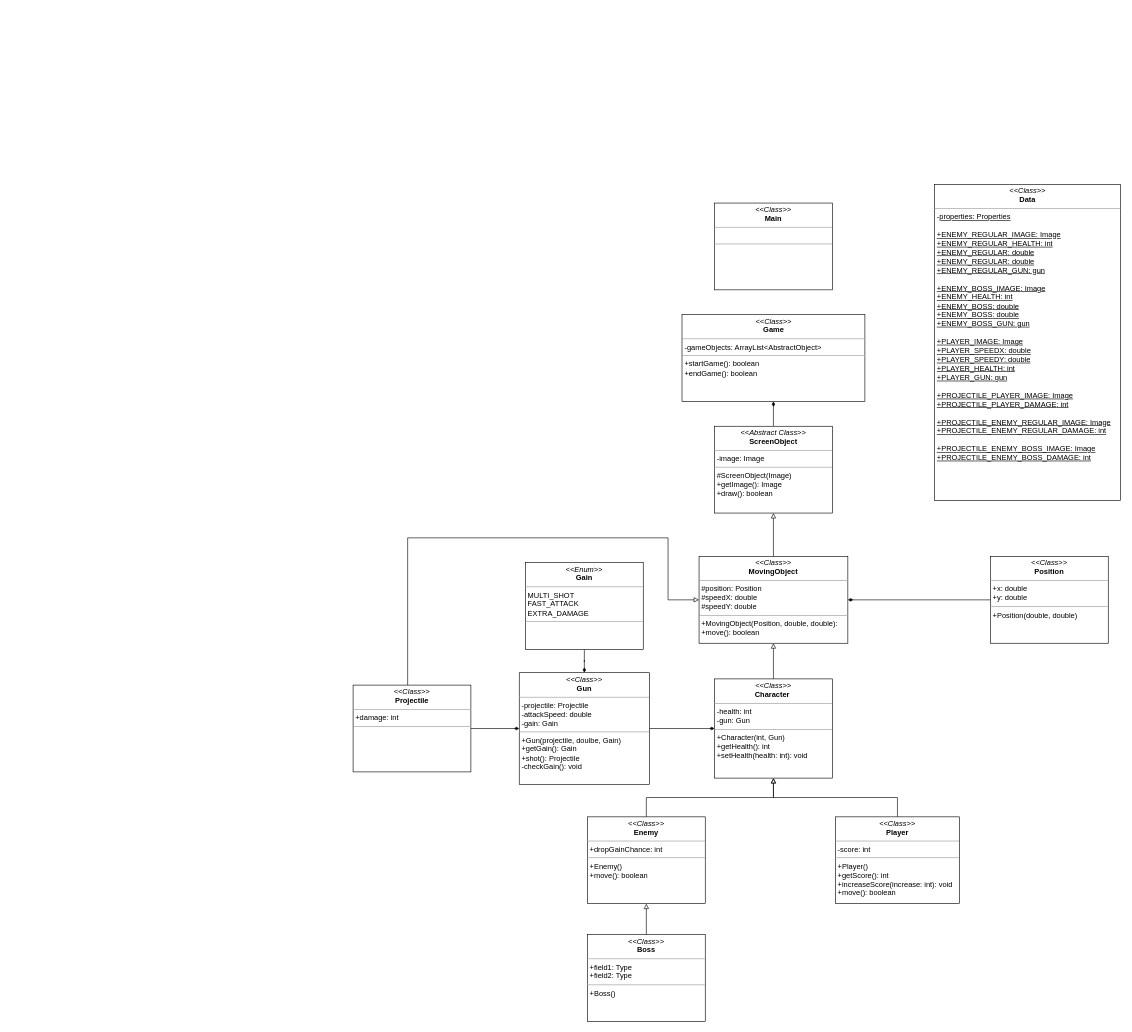
The draw.io diagram Untitled Diagram.drawio in mifeus42/UML, before the edit. Source tidied: cells renumbered, new cells numbered last; positions are measured from the earlier drawing's top-left corner, leaving out a move shared by most shapes. Both pictures are drawn from the tidied source at 62%, with x=0, y=0 at pixel (353, 184).
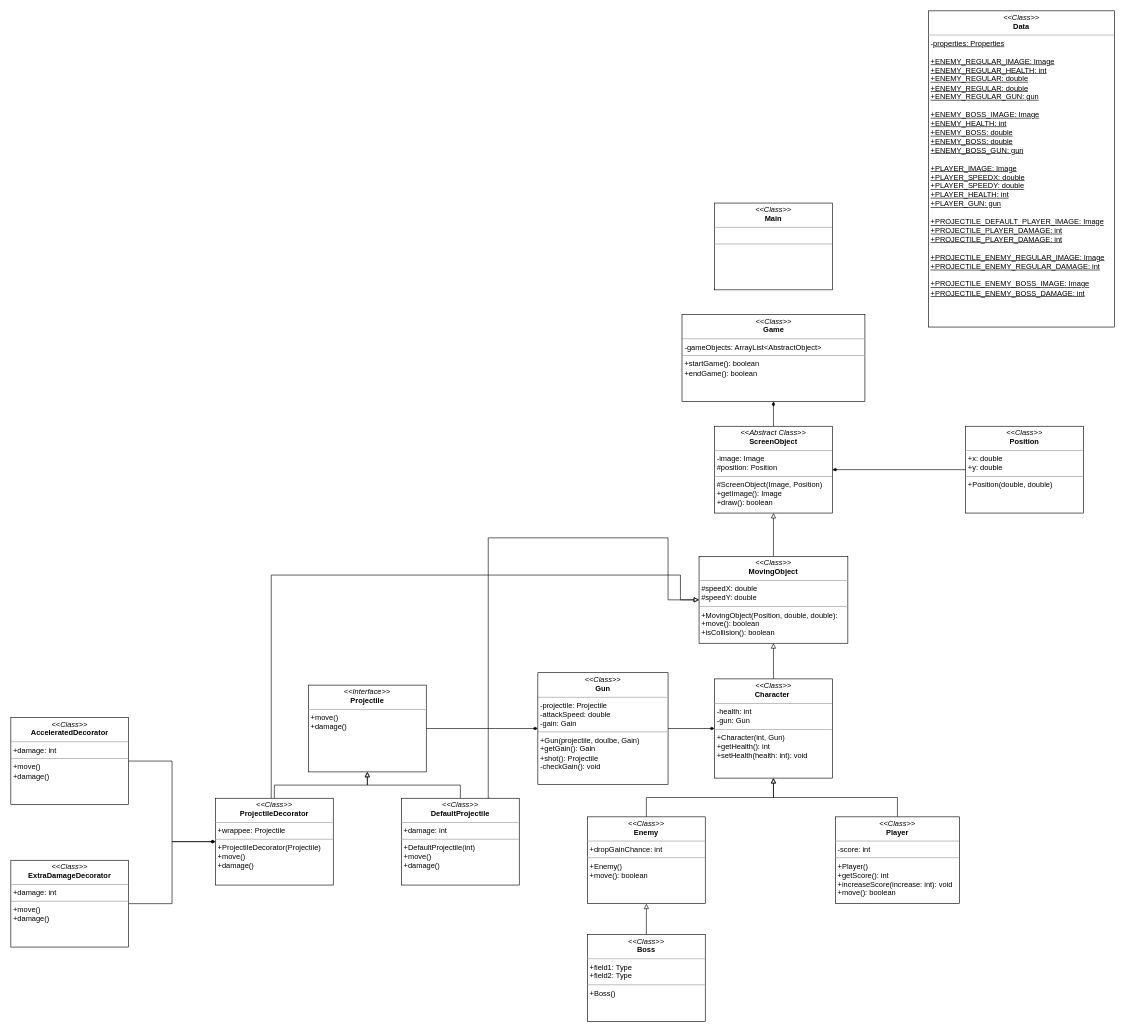
Above is the later version.

The edit, as a diff of the source:
```diff
@@
     <mxCell id="5" value="&lt;p style=&quot;margin: 0px ; margin-top: 4px ; text-align: center&quot;&gt;&lt;i&gt;&amp;lt;&amp;lt;Class&amp;gt;&amp;gt;&lt;/i&gt;&lt;br&gt;&lt;b&gt;Gun&lt;/b&gt;&lt;/p&gt;&lt;hr size=&quot;1&quot;&gt;&lt;p style=&quot;margin: 0px ; margin-left: 4px&quot;&gt;-projectile: Projectile&lt;br&gt;-attackSpeed: double&lt;br&gt;&lt;/p&gt;&lt;p style=&quot;margin: 0px ; margin-left: 4px&quot;&gt;-gain: Gain&lt;/p&gt;&lt;hr size=&quot;1&quot;&gt;&lt;p style=&quot;margin: 0px ; margin-left: 4px&quot;&gt;+Gun(projectile, doulbe, Gain)&lt;/p&gt;&lt;p style=&quot;margin: 0px ; margin-left: 4px&quot;&gt;+getGain(): Gain&lt;/p&gt;&lt;p style=&quot;margin: 0px ; margin-left: 4px&quot;&gt;+shot(): Projectile&lt;br&gt;&lt;/p&gt;&lt;p style=&quot;margin: 0px ; margin-left: 4px&quot;&gt;-checkGain(): void&lt;/p&gt;" style="verticalAlign=top;align=left;overflow=fill;fontSize=12;fontFamily=Helvetica;html=1;" parent="1" vertex="1">
-      <mxGeometry x="268" y="787.5" width="210" height="180" as="geometry" />
+      <mxGeometry x="298" y="787.5" width="210" height="180" as="geometry" />
     </mxCell>
@@
-    <mxCell id="11" value="&lt;p style=&quot;margin: 0px ; margin-top: 4px ; text-align: center&quot;&gt;&lt;i&gt;&amp;lt;&amp;lt;Abstract Class&amp;gt;&amp;gt;&lt;/i&gt;&lt;br&gt;&lt;b&gt;ScreenObject&lt;/b&gt;&lt;/p&gt;&lt;hr size=&quot;1&quot;&gt;&lt;p style=&quot;margin: 0px ; margin-left: 4px&quot;&gt;-image: Image&lt;/p&gt;&lt;hr size=&quot;1&quot;&gt;&lt;p style=&quot;margin: 0px ; margin-left: 4px&quot;&gt;#ScreenObject(Image)&lt;/p&gt;&lt;p style=&quot;margin: 0px ; margin-left: 4px&quot;&gt;+getImage(): Image&lt;/p&gt;&lt;p style=&quot;margin: 0px ; margin-left: 4px&quot;&gt;+draw(): boolean&lt;/p&gt;" style="verticalAlign=top;align=left;overflow=fill;fontSize=12;fontFamily=Helvetica;html=1;" parent="1" vertex="1">
+    <mxCell id="11" value="&lt;p style=&quot;margin: 0px ; margin-top: 4px ; text-align: center&quot;&gt;&lt;i&gt;&amp;lt;&amp;lt;Abstract Class&amp;gt;&amp;gt;&lt;/i&gt;&lt;br&gt;&lt;b&gt;ScreenObject&lt;/b&gt;&lt;/p&gt;&lt;hr size=&quot;1&quot;&gt;&lt;p style=&quot;margin: 0px ; margin-left: 4px&quot;&gt;-image: Image&lt;br&gt;#position: Position&lt;br&gt;&lt;/p&gt;&lt;hr size=&quot;1&quot;&gt;&lt;p style=&quot;margin: 0px ; margin-left: 4px&quot;&gt;#ScreenObject(Image, Position)&lt;/p&gt;&lt;p style=&quot;margin: 0px ; margin-left: 4px&quot;&gt;+getImage(): Image&lt;/p&gt;&lt;p style=&quot;margin: 0px ; margin-left: 4px&quot;&gt;+draw(): boolean&lt;/p&gt;" style="verticalAlign=top;align=left;overflow=fill;fontSize=12;fontFamily=Helvetica;html=1;" parent="1" vertex="1">
       <mxGeometry x="583" y="390" width="190" height="140" as="geometry" />
     </mxCell>
@@
-    <mxCell id="13" value="&lt;p style=&quot;margin: 0px ; margin-top: 4px ; text-align: center&quot;&gt;&lt;i&gt;&amp;lt;&amp;lt;Class&amp;gt;&amp;gt;&lt;/i&gt;&lt;br&gt;&lt;b&gt;MovingObject&lt;/b&gt;&lt;/p&gt;&lt;hr size=&quot;1&quot;&gt;&lt;p style=&quot;margin: 0px ; margin-left: 4px&quot;&gt;#position: Position&lt;br&gt;&lt;/p&gt;&lt;p style=&quot;margin: 0px ; margin-left: 4px&quot;&gt;#speedX: double&lt;/p&gt;&lt;p style=&quot;margin: 0px ; margin-left: 4px&quot;&gt;#speedY: double&lt;/p&gt;&lt;hr size=&quot;1&quot;&gt;&lt;p style=&quot;margin: 0px ; margin-left: 4px&quot;&gt;+MovingObject(Position, double, double):&lt;/p&gt;&lt;p style=&quot;margin: 0px ; margin-left: 4px&quot;&gt;+move(): boolean&lt;br&gt;&lt;/p&gt;" style="verticalAlign=top;align=left;overflow=fill;fontSize=12;fontFamily=Helvetica;html=1;" parent="1" vertex="1">
+    <mxCell id="13" value="&lt;p style=&quot;margin: 0px ; margin-top: 4px ; text-align: center&quot;&gt;&lt;i&gt;&amp;lt;&amp;lt;Class&amp;gt;&amp;gt;&lt;/i&gt;&lt;br&gt;&lt;b&gt;MovingObject&lt;/b&gt;&lt;/p&gt;&lt;hr size=&quot;1&quot;&gt;&lt;p style=&quot;margin: 0px ; margin-left: 4px&quot;&gt;&lt;span&gt;#speedX: double&lt;/span&gt;&lt;br&gt;&lt;/p&gt;&lt;p style=&quot;margin: 0px ; margin-left: 4px&quot;&gt;#speedY: double&lt;/p&gt;&lt;hr size=&quot;1&quot;&gt;&lt;p style=&quot;margin: 0px ; margin-left: 4px&quot;&gt;+MovingObject(Position, double, double):&lt;/p&gt;&lt;p style=&quot;margin: 0px ; margin-left: 4px&quot;&gt;+move(): boolean&lt;br&gt;&lt;/p&gt;&lt;p style=&quot;margin: 0px ; margin-left: 4px&quot;&gt;+isCollision(): boolean&lt;/p&gt;" style="verticalAlign=top;align=left;overflow=fill;fontSize=12;fontFamily=Helvetica;html=1;" parent="1" vertex="1">
       <mxGeometry x="558" y="600" width="240" height="140" as="geometry" />
     </mxCell>
-    <mxCell id="14" style="edgeStyle=orthogonalEdgeStyle;rounded=0;jettySize=auto;html=1;startArrow=none;startFill=0;endArrow=diamondThin;endFill=1;" parent="1" edge="1" source="15" target="13">
+    <mxCell id="14" style="edgeStyle=orthogonalEdgeStyle;rounded=0;jettySize=auto;html=1;startArrow=none;startFill=0;endArrow=diamondThin;endFill=1;entryX=1;entryY=0.5;entryDx=0;entryDy=0;" parent="1" edge="1" source="15" target="11">
       <mxGeometry relative="1" as="geometry" />
     </mxCell>
     <mxCell id="15" value="&lt;p style=&quot;margin: 0px ; margin-top: 4px ; text-align: center&quot;&gt;&lt;i&gt;&amp;lt;&amp;lt;Class&amp;gt;&amp;gt;&lt;/i&gt;&lt;br&gt;&lt;b&gt;Position&lt;/b&gt;&lt;/p&gt;&lt;hr size=&quot;1&quot;&gt;&lt;p style=&quot;margin: 0px ; margin-left: 4px&quot;&gt;+x: double&lt;br&gt;+y: double&lt;br&gt;&lt;/p&gt;&lt;hr size=&quot;1&quot;&gt;&lt;p style=&quot;margin: 0px ; margin-left: 4px&quot;&gt;+Position(double, double)&lt;br&gt;&lt;/p&gt;" style="verticalAlign=top;align=left;overflow=fill;fontSize=12;fontFamily=Helvetica;html=1;" parent="1" vertex="1">
-      <mxGeometry x="1028" y="600" width="190" height="140" as="geometry" />
+      <mxGeometry x="988" y="390" width="190" height="140" as="geometry" />
     </mxCell>
@@
-    <mxCell id="17" style="edgeStyle=orthogonalEdgeStyle;rounded=0;jettySize=auto;html=1;entryX=0;entryY=0.5;entryDx=0;entryDy=0;startArrow=none;startFill=0;endArrow=block;endFill=0;" parent="1" edge="1" source="18" target="13">
+    <mxCell id="17" style="edgeStyle=orthogonalEdgeStyle;rounded=0;jettySize=auto;html=1;entryX=0;entryY=0.5;entryDx=0;entryDy=0;startArrow=none;startFill=0;endArrow=block;endFill=0;exitX=0.75;exitY=0;exitDx=0;exitDy=0;" parent="1" edge="1" source="30" target="13">
       <mxGeometry relative="1" as="geometry">
         <Array as="points">
-          <mxPoint x="88" y="570" />
+          <mxPoint x="218" y="990" />
+          <mxPoint x="218" y="570" />
           <mxPoint x="508" y="570" />
           <mxPoint x="508" y="670" />
         </Array>
       </mxGeometry>
     </mxCell>
-    <mxCell id="18" value="&lt;p style=&quot;margin: 0px ; margin-top: 4px ; text-align: center&quot;&gt;&lt;i&gt;&amp;lt;&amp;lt;Class&amp;gt;&amp;gt;&lt;/i&gt;&lt;br&gt;&lt;b&gt;Projectile&lt;/b&gt;&lt;/p&gt;&lt;hr size=&quot;1&quot;&gt;&lt;p style=&quot;margin: 0px ; margin-left: 4px&quot;&gt;+damage: int&lt;br&gt;&lt;/p&gt;&lt;hr size=&quot;1&quot;&gt;&lt;p style=&quot;margin: 0px ; margin-left: 4px&quot;&gt;&lt;br&gt;&lt;/p&gt;" style="verticalAlign=top;align=left;overflow=fill;fontSize=12;fontFamily=Helvetica;html=1;" parent="1" vertex="1">
-      <mxGeometry y="807.5" width="190" height="140" as="geometry" />
+    <mxCell id="18" value="&lt;p style=&quot;margin: 0px ; margin-top: 4px ; text-align: center&quot;&gt;&lt;i&gt;&amp;lt;&amp;lt;Interface&amp;gt;&amp;gt;&lt;/i&gt;&lt;br&gt;&lt;b&gt;Projectile&lt;/b&gt;&lt;/p&gt;&lt;hr size=&quot;1&quot;&gt;&lt;p style=&quot;margin: 0px ; margin-left: 4px&quot;&gt;&lt;/p&gt;&lt;p style=&quot;margin: 0px ; margin-left: 4px&quot;&gt;+move()&lt;/p&gt;&lt;p style=&quot;margin: 0px ; margin-left: 4px&quot;&gt;+damage()&lt;/p&gt;" style="verticalAlign=top;align=left;overflow=fill;fontSize=12;fontFamily=Helvetica;html=1;" parent="1" vertex="1">
+      <mxGeometry x="-72" y="807.5" width="190" height="140" as="geometry" />
     </mxCell>
@@
-    <mxCell id="23" style="edgeStyle=orthogonalEdgeStyle;rounded=0;jettySize=auto;html=1;startArrow=none;startFill=0;endArrow=diamondThin;endFill=1;" parent="1" edge="1" source="24" target="5">
-      <mxGeometry relative="1" as="geometry" />
-    </mxCell>
-    <mxCell id="24" value="&lt;p style=&quot;margin: 0px ; margin-top: 4px ; text-align: center&quot;&gt;&lt;i&gt;&amp;lt;&amp;lt;Enum&amp;gt;&amp;gt;&lt;/i&gt;&lt;br&gt;&lt;b&gt;Gain&lt;/b&gt;&lt;/p&gt;&lt;hr size=&quot;1&quot;&gt;&lt;p style=&quot;margin: 0px ; margin-left: 4px&quot;&gt;MULTI_SHOT&lt;br&gt;FAST_ATTACK&lt;br&gt;EXTRA_DAMAGE&lt;/p&gt;&lt;hr size=&quot;1&quot;&gt;&lt;p style=&quot;margin: 0px ; margin-left: 4px&quot;&gt;&lt;br&gt;&lt;/p&gt;" style="verticalAlign=top;align=left;overflow=fill;fontSize=12;fontFamily=Helvetica;html=1;" parent="1" vertex="1">
-      <mxGeometry x="278" y="610" width="190" height="140" as="geometry" />
-    </mxCell>
-    <mxCell id="25" value="&lt;p style=&quot;margin: 0px ; margin-top: 4px ; text-align: center&quot;&gt;&lt;i&gt;&amp;lt;&amp;lt;Class&amp;gt;&amp;gt;&lt;/i&gt;&lt;br&gt;&lt;b&gt;Data&lt;/b&gt;&lt;/p&gt;&lt;hr size=&quot;1&quot;&gt;&lt;p style=&quot;margin: 0px ; margin-left: 4px&quot;&gt;-&lt;u&gt;properties: Properties&lt;/u&gt;&lt;/p&gt;&lt;p style=&quot;margin: 0px ; margin-left: 4px&quot;&gt;&lt;u&gt;&lt;br&gt;&lt;/u&gt;&lt;/p&gt;&lt;p style=&quot;margin: 0px ; margin-left: 4px&quot;&gt;&lt;u&gt;+ENEMY_REGULAR_IMAGE: Image&lt;/u&gt;&lt;/p&gt;&lt;p style=&quot;margin: 0px ; margin-left: 4px&quot;&gt;&lt;u&gt;+&lt;/u&gt;&lt;u&gt;ENEMY_REGULAR&lt;/u&gt;&lt;u&gt;_HEALTH&lt;/u&gt;&lt;u&gt;: int&lt;/u&gt;&lt;u&gt;&lt;br&gt;&lt;/u&gt;&lt;/p&gt;&lt;p style=&quot;margin: 0px 0px 0px 4px&quot;&gt;&lt;u&gt;+&lt;/u&gt;&lt;u&gt;ENEMY_REGULAR&lt;/u&gt;&lt;u&gt;: double&lt;/u&gt;&lt;u&gt;&lt;br&gt;&lt;/u&gt;&lt;/p&gt;&lt;p style=&quot;margin: 0px 0px 0px 4px&quot;&gt;&lt;u&gt;+&lt;/u&gt;&lt;u&gt;ENEMY_REGULAR&lt;/u&gt;&lt;u&gt;: double&lt;/u&gt;&lt;/p&gt;&lt;p style=&quot;margin: 0px 0px 0px 4px&quot;&gt;&lt;u&gt;+ENEMY_&lt;/u&gt;&lt;u&gt;REGULAR&lt;/u&gt;&lt;u&gt;_GUN: gun&lt;/u&gt;&lt;/p&gt;&lt;p style=&quot;margin: 0px ; margin-left: 4px&quot;&gt;&lt;u&gt;&lt;br&gt;&lt;/u&gt;&lt;/p&gt;&lt;p style=&quot;margin: 0px ; margin-left: 4px&quot;&gt;&lt;u&gt;+ENEMY_BOSS_IMAGE&lt;/u&gt;&lt;u&gt;: Image&lt;/u&gt;&lt;/p&gt;&lt;p style=&quot;margin: 0px ; margin-left: 4px&quot;&gt;&lt;u&gt;+&lt;/u&gt;&lt;u&gt;ENEMY&lt;/u&gt;&lt;u&gt;_HEALTH&lt;/u&gt;&lt;u&gt;: int&lt;/u&gt;&lt;u&gt;&lt;br&gt;&lt;/u&gt;&lt;/p&gt;&lt;p style=&quot;margin: 0px 0px 0px 4px&quot;&gt;&lt;u&gt;+&lt;/u&gt;&lt;u&gt;ENEMY_BOSS&lt;/u&gt;&lt;u&gt;: double&lt;/u&gt;&lt;u&gt;&lt;br&gt;&lt;/u&gt;&lt;/p&gt;&lt;p style=&quot;margin: 0px 0px 0px 4px&quot;&gt;&lt;u&gt;+&lt;/u&gt;&lt;u&gt;ENEMY_BOSS&lt;/u&gt;&lt;u&gt;: double&lt;/u&gt;&lt;/p&gt;&lt;p style=&quot;margin: 0px 0px 0px 4px&quot;&gt;&lt;u&gt;+ENEMY_BOSS_GUN: gun&lt;/u&gt;&lt;/p&gt;&lt;p style=&quot;margin: 0px ; margin-left: 4px&quot;&gt;&lt;u&gt;&lt;br&gt;+PLAYER_IMAGE&lt;/u&gt;&lt;u&gt;: Image&lt;/u&gt;&lt;/p&gt;&lt;p style=&quot;margin: 0px ; margin-left: 4px&quot;&gt;&lt;u&gt;+PLAYER_SPEEDX&lt;/u&gt;&lt;u&gt;: double&lt;/u&gt;&lt;u&gt;&lt;br&gt;&lt;/u&gt;&lt;/p&gt;&lt;p style=&quot;margin: 0px ; margin-left: 4px&quot;&gt;&lt;u&gt;+PLAYER_SPEEDY&lt;/u&gt;&lt;u&gt;: double&lt;/u&gt;&lt;/p&gt;&lt;p style=&quot;margin: 0px ; margin-left: 4px&quot;&gt;&lt;u&gt;+PLAYER_HEALTH&lt;/u&gt;&lt;u&gt;: int&lt;/u&gt;&lt;u&gt;&lt;br&gt;&lt;/u&gt;&lt;/p&gt;&lt;p style=&quot;margin: 0px ; margin-left: 4px&quot;&gt;&lt;u&gt;+PLAYER_GUN: gun&lt;/u&gt;&lt;/p&gt;&lt;p style=&quot;margin: 0px ; margin-left: 4px&quot;&gt;&lt;br&gt;&lt;/p&gt;&lt;p style=&quot;margin: 0px ; margin-left: 4px&quot;&gt;&lt;u&gt;+PROJECTILE_PLAYER_IMAGE&lt;/u&gt;&lt;u&gt;: Image&lt;/u&gt;&lt;/p&gt;&lt;p style=&quot;margin: 0px ; margin-left: 4px&quot;&gt;&lt;u&gt;+PROJECTILE_PLAYER_DAMAGE&lt;/u&gt;&lt;u&gt;: int&lt;/u&gt;&lt;u&gt;&lt;br&gt;&lt;/u&gt;&lt;/p&gt;&lt;p style=&quot;margin: 0px ; margin-left: 4px&quot;&gt;&lt;u&gt;&lt;br&gt;&lt;/u&gt;&lt;/p&gt;&lt;p style=&quot;margin: 0px ; margin-left: 4px&quot;&gt;&lt;u&gt;+PROJECTILE_ENEMY_REGULAR_IMAGE&lt;/u&gt;&lt;u&gt;: Image&lt;/u&gt;&lt;/p&gt;&lt;p style=&quot;margin: 0px ; margin-left: 4px&quot;&gt;&lt;u&gt;+PROJECTILE_ENEMY_REGULAR_DAMAGE&lt;/u&gt;&lt;u&gt;: int&lt;/u&gt;&lt;/p&gt;&lt;p style=&quot;margin: 0px ; margin-left: 4px&quot;&gt;&lt;u&gt;&lt;br&gt;+PROJECTILE_ENEMY_BOSS_IMAGE&lt;/u&gt;&lt;u&gt;: Image&lt;/u&gt;&lt;/p&gt;&lt;p style=&quot;margin: 0px ; margin-left: 4px&quot;&gt;&lt;u&gt;+PROJECTILE_ENEMY_BOSS_DAMAGE&lt;/u&gt;&lt;u&gt;: int&lt;/u&gt;&lt;br&gt;&lt;/p&gt;&lt;br&gt;&lt;p style=&quot;margin: 0px ; margin-left: 4px&quot;&gt;&lt;br&gt;&lt;/p&gt;" style="verticalAlign=top;align=left;overflow=fill;fontSize=12;fontFamily=Helvetica;html=1;" parent="1" vertex="1">
-      <mxGeometry x="938" width="300" height="510" as="geometry" />
+    <mxCell id="25" value="&lt;p style=&quot;margin: 0px ; margin-top: 4px ; text-align: center&quot;&gt;&lt;i&gt;&amp;lt;&amp;lt;Class&amp;gt;&amp;gt;&lt;/i&gt;&lt;br&gt;&lt;b&gt;Data&lt;/b&gt;&lt;/p&gt;&lt;hr size=&quot;1&quot;&gt;&lt;p style=&quot;margin: 0px ; margin-left: 4px&quot;&gt;-&lt;u&gt;properties: Properties&lt;/u&gt;&lt;/p&gt;&lt;p style=&quot;margin: 0px ; margin-left: 4px&quot;&gt;&lt;u&gt;&lt;br&gt;&lt;/u&gt;&lt;/p&gt;&lt;p style=&quot;margin: 0px ; margin-left: 4px&quot;&gt;&lt;u&gt;+ENEMY_REGULAR_IMAGE: Image&lt;/u&gt;&lt;/p&gt;&lt;p style=&quot;margin: 0px ; margin-left: 4px&quot;&gt;&lt;u&gt;+&lt;/u&gt;&lt;u&gt;ENEMY_REGULAR&lt;/u&gt;&lt;u&gt;_HEALTH&lt;/u&gt;&lt;u&gt;: int&lt;/u&gt;&lt;u&gt;&lt;br&gt;&lt;/u&gt;&lt;/p&gt;&lt;p style=&quot;margin: 0px 0px 0px 4px&quot;&gt;&lt;u&gt;+&lt;/u&gt;&lt;u&gt;ENEMY_REGULAR&lt;/u&gt;&lt;u&gt;: double&lt;/u&gt;&lt;u&gt;&lt;br&gt;&lt;/u&gt;&lt;/p&gt;&lt;p style=&quot;margin: 0px 0px 0px 4px&quot;&gt;&lt;u&gt;+&lt;/u&gt;&lt;u&gt;ENEMY_REGULAR&lt;/u&gt;&lt;u&gt;: double&lt;/u&gt;&lt;/p&gt;&lt;p style=&quot;margin: 0px 0px 0px 4px&quot;&gt;&lt;u&gt;+ENEMY_&lt;/u&gt;&lt;u&gt;REGULAR&lt;/u&gt;&lt;u&gt;_GUN: gun&lt;/u&gt;&lt;/p&gt;&lt;p style=&quot;margin: 0px ; margin-left: 4px&quot;&gt;&lt;u&gt;&lt;br&gt;&lt;/u&gt;&lt;/p&gt;&lt;p style=&quot;margin: 0px ; margin-left: 4px&quot;&gt;&lt;u&gt;+ENEMY_BOSS_IMAGE&lt;/u&gt;&lt;u&gt;: Image&lt;/u&gt;&lt;/p&gt;&lt;p style=&quot;margin: 0px ; margin-left: 4px&quot;&gt;&lt;u&gt;+&lt;/u&gt;&lt;u&gt;ENEMY&lt;/u&gt;&lt;u&gt;_HEALTH&lt;/u&gt;&lt;u&gt;: int&lt;/u&gt;&lt;u&gt;&lt;br&gt;&lt;/u&gt;&lt;/p&gt;&lt;p style=&quot;margin: 0px 0px 0px 4px&quot;&gt;&lt;u&gt;+&lt;/u&gt;&lt;u&gt;ENEMY_BOSS&lt;/u&gt;&lt;u&gt;: double&lt;/u&gt;&lt;u&gt;&lt;br&gt;&lt;/u&gt;&lt;/p&gt;&lt;p style=&quot;margin: 0px 0px 0px 4px&quot;&gt;&lt;u&gt;+&lt;/u&gt;&lt;u&gt;ENEMY_BOSS&lt;/u&gt;&lt;u&gt;: double&lt;/u&gt;&lt;/p&gt;&lt;p style=&quot;margin: 0px 0px 0px 4px&quot;&gt;&lt;u&gt;+ENEMY_BOSS_GUN: gun&lt;/u&gt;&lt;/p&gt;&lt;p style=&quot;margin: 0px ; margin-left: 4px&quot;&gt;&lt;u&gt;&lt;br&gt;+PLAYER_IMAGE&lt;/u&gt;&lt;u&gt;: Image&lt;/u&gt;&lt;/p&gt;&lt;p style=&quot;margin: 0px ; margin-left: 4px&quot;&gt;&lt;u&gt;+PLAYER_SPEEDX&lt;/u&gt;&lt;u&gt;: double&lt;/u&gt;&lt;u&gt;&lt;br&gt;&lt;/u&gt;&lt;/p&gt;&lt;p style=&quot;margin: 0px ; margin-left: 4px&quot;&gt;&lt;u&gt;+PLAYER_SPEEDY&lt;/u&gt;&lt;u&gt;: double&lt;/u&gt;&lt;/p&gt;&lt;p style=&quot;margin: 0px ; margin-left: 4px&quot;&gt;&lt;u&gt;+PLAYER_HEALTH&lt;/u&gt;&lt;u&gt;: int&lt;/u&gt;&lt;u&gt;&lt;br&gt;&lt;/u&gt;&lt;/p&gt;&lt;p style=&quot;margin: 0px ; margin-left: 4px&quot;&gt;&lt;u&gt;+PLAYER_GUN: gun&lt;/u&gt;&lt;/p&gt;&lt;p style=&quot;margin: 0px ; margin-left: 4px&quot;&gt;&lt;br&gt;&lt;/p&gt;&lt;p style=&quot;margin: 0px ; margin-left: 4px&quot;&gt;&lt;u&gt;+PROJECTILE_DEFAULT_PLAYER_IMAGE&lt;/u&gt;&lt;u&gt;: Image&lt;/u&gt;&lt;/p&gt;&lt;p style=&quot;margin: 0px ; margin-left: 4px&quot;&gt;&lt;u&gt;+PROJECTILE_PLAYER_DAMAGE&lt;/u&gt;&lt;u&gt;: int&lt;/u&gt;&lt;u&gt;&lt;br&gt;&lt;/u&gt;&lt;/p&gt;&lt;p style=&quot;margin: 0px ; margin-left: 4px&quot;&gt;&lt;u&gt;+PROJECTILE_PLAYER_DAMAGE&lt;/u&gt;&lt;u&gt;: int&lt;/u&gt;&lt;u&gt;&lt;br&gt;&lt;/u&gt;&lt;/p&gt;&lt;p style=&quot;margin: 0px ; margin-left: 4px&quot;&gt;&lt;u&gt;&lt;br&gt;&lt;/u&gt;&lt;/p&gt;&lt;p style=&quot;margin: 0px ; margin-left: 4px&quot;&gt;&lt;u&gt;+PROJECTILE_ENEMY_REGULAR_IMAGE&lt;/u&gt;&lt;u&gt;: Image&lt;/u&gt;&lt;/p&gt;&lt;p style=&quot;margin: 0px ; margin-left: 4px&quot;&gt;&lt;u&gt;+PROJECTILE_ENEMY_REGULAR_DAMAGE&lt;/u&gt;&lt;u&gt;: int&lt;/u&gt;&lt;/p&gt;&lt;p style=&quot;margin: 0px ; margin-left: 4px&quot;&gt;&lt;u&gt;&lt;br&gt;+PROJECTILE_ENEMY_BOSS_IMAGE&lt;/u&gt;&lt;u&gt;: Image&lt;/u&gt;&lt;/p&gt;&lt;p style=&quot;margin: 0px ; margin-left: 4px&quot;&gt;&lt;u&gt;+PROJECTILE_ENEMY_BOSS_DAMAGE&lt;/u&gt;&lt;u&gt;: int&lt;/u&gt;&lt;br&gt;&lt;/p&gt;&lt;br&gt;&lt;p style=&quot;margin: 0px ; margin-left: 4px&quot;&gt;&lt;br&gt;&lt;/p&gt;" style="verticalAlign=top;align=left;overflow=fill;fontSize=12;fontFamily=Helvetica;html=1;" parent="1" vertex="1">
+      <mxGeometry x="928" y="-280" width="300" height="510" as="geometry" />
     </mxCell>
+    <mxCell id="26" style="edgeStyle=orthogonalEdgeStyle;rounded=0;jettySize=auto;html=1;endArrow=block;endFill=0;" parent="1" edge="1" source="28" target="18">
+      <mxGeometry relative="1" as="geometry" />
+    </mxCell>
+    <mxCell id="27" style="edgeStyle=orthogonalEdgeStyle;rounded=0;jettySize=auto;html=1;entryX=0;entryY=0.5;entryDx=0;entryDy=0;endArrow=block;endFill=0;" parent="1" edge="1" source="28" target="13">
+      <mxGeometry relative="1" as="geometry">
+        <Array as="points">
+          <mxPoint x="-132" y="630" />
+          <mxPoint x="528" y="630" />
+          <mxPoint x="528" y="670" />
+        </Array>
+      </mxGeometry>
+    </mxCell>
+    <mxCell id="28" value="&lt;p style=&quot;margin: 0px ; margin-top: 4px ; text-align: center&quot;&gt;&lt;i&gt;&amp;lt;&amp;lt;Class&amp;gt;&amp;gt;&lt;/i&gt;&lt;br&gt;&lt;b&gt;ProjectileDecorator&lt;/b&gt;&lt;/p&gt;&lt;hr size=&quot;1&quot;&gt;&lt;p style=&quot;margin: 0px ; margin-left: 4px&quot;&gt;+wrappee: Projectile&lt;br&gt;&lt;/p&gt;&lt;hr size=&quot;1&quot;&gt;&lt;p style=&quot;margin: 0px ; margin-left: 4px&quot;&gt;&lt;span style=&quot;text-align: center&quot;&gt;+ProjectileDecorator(Projectile)&lt;/span&gt;&lt;br&gt;&lt;/p&gt;&lt;p style=&quot;margin: 0px 0px 0px 4px&quot;&gt;+move()&lt;/p&gt;&lt;p style=&quot;margin: 0px 0px 0px 4px&quot;&gt;+damage()&lt;/p&gt;" style="verticalAlign=top;align=left;overflow=fill;fontSize=12;fontFamily=Helvetica;html=1;" parent="1" vertex="1">
+      <mxGeometry x="-222" y="990" width="190" height="140" as="geometry" />
+    </mxCell>
+    <mxCell id="29" style="edgeStyle=orthogonalEdgeStyle;rounded=0;jettySize=auto;html=1;entryX=0.5;entryY=1;entryDx=0;entryDy=0;endArrow=block;endFill=0;" parent="1" edge="1" source="30" target="18">
+      <mxGeometry relative="1" as="geometry" />
+    </mxCell>
+    <mxCell id="30" value="&lt;p style=&quot;margin: 0px ; margin-top: 4px ; text-align: center&quot;&gt;&lt;i&gt;&amp;lt;&amp;lt;Class&amp;gt;&amp;gt;&lt;/i&gt;&lt;br&gt;&lt;b&gt;DefaultProjectile&lt;/b&gt;&lt;/p&gt;&lt;hr size=&quot;1&quot;&gt;&lt;p style=&quot;margin: 0px ; margin-left: 4px&quot;&gt;+damage: int&lt;br&gt;&lt;/p&gt;&lt;hr size=&quot;1&quot;&gt;&lt;p style=&quot;margin: 0px ; margin-left: 4px&quot;&gt;&lt;span style=&quot;text-align: center&quot;&gt;+DefaultProjectile(int)&lt;/span&gt;&lt;br&gt;&lt;/p&gt;&lt;p style=&quot;margin: 0px 0px 0px 4px&quot;&gt;+move()&lt;/p&gt;&lt;p style=&quot;margin: 0px 0px 0px 4px&quot;&gt;+damage()&lt;/p&gt;" style="verticalAlign=top;align=left;overflow=fill;fontSize=12;fontFamily=Helvetica;html=1;" parent="1" vertex="1">
+      <mxGeometry x="78" y="990" width="190" height="140" as="geometry" />
+    </mxCell>
+    <mxCell id="31" style="edgeStyle=orthogonalEdgeStyle;rounded=0;jettySize=auto;html=1;endArrow=diamondThin;endFill=1;" parent="1" edge="1" source="32" target="28">
+      <mxGeometry relative="1" as="geometry" />
+    </mxCell>
+    <mxCell id="32" value="&lt;p style=&quot;margin: 0px ; margin-top: 4px ; text-align: center&quot;&gt;&lt;i&gt;&amp;lt;&amp;lt;Class&amp;gt;&amp;gt;&lt;/i&gt;&lt;br&gt;&lt;b&gt;AcceleratedDecorator&lt;/b&gt;&lt;/p&gt;&lt;hr size=&quot;1&quot;&gt;&lt;p style=&quot;margin: 0px ; margin-left: 4px&quot;&gt;+damage: int&lt;br&gt;&lt;/p&gt;&lt;hr size=&quot;1&quot;&gt;&lt;p style=&quot;margin: 0px 0px 0px 4px&quot;&gt;+move()&lt;/p&gt;&lt;p style=&quot;margin: 0px 0px 0px 4px&quot;&gt;+damage()&lt;/p&gt;" style="verticalAlign=top;align=left;overflow=fill;fontSize=12;fontFamily=Helvetica;html=1;" parent="1" vertex="1">
+      <mxGeometry x="-552" y="860" width="190" height="140" as="geometry" />
+    </mxCell>
+    <mxCell id="33" style="edgeStyle=orthogonalEdgeStyle;rounded=0;jettySize=auto;html=1;entryX=0;entryY=0.5;entryDx=0;entryDy=0;endArrow=diamondThin;endFill=1;" parent="1" edge="1" source="34" target="28">
+      <mxGeometry relative="1" as="geometry" />
+    </mxCell>
+    <mxCell id="34" value="&lt;p style=&quot;margin: 0px ; margin-top: 4px ; text-align: center&quot;&gt;&lt;i&gt;&amp;lt;&amp;lt;Class&amp;gt;&amp;gt;&lt;/i&gt;&lt;br&gt;&lt;b&gt;ExtraDamageDecorator&lt;/b&gt;&lt;/p&gt;&lt;hr size=&quot;1&quot;&gt;&lt;p style=&quot;margin: 0px ; margin-left: 4px&quot;&gt;+damage: int&lt;br&gt;&lt;/p&gt;&lt;hr size=&quot;1&quot;&gt;&lt;p style=&quot;margin: 0px 0px 0px 4px&quot;&gt;+move()&lt;/p&gt;&lt;p style=&quot;margin: 0px 0px 0px 4px&quot;&gt;+damage()&lt;/p&gt;" style="verticalAlign=top;align=left;overflow=fill;fontSize=12;fontFamily=Helvetica;html=1;" parent="1" vertex="1">
+      <mxGeometry x="-552" y="1090" width="190" height="140" as="geometry" />
+    </mxCell>
```
